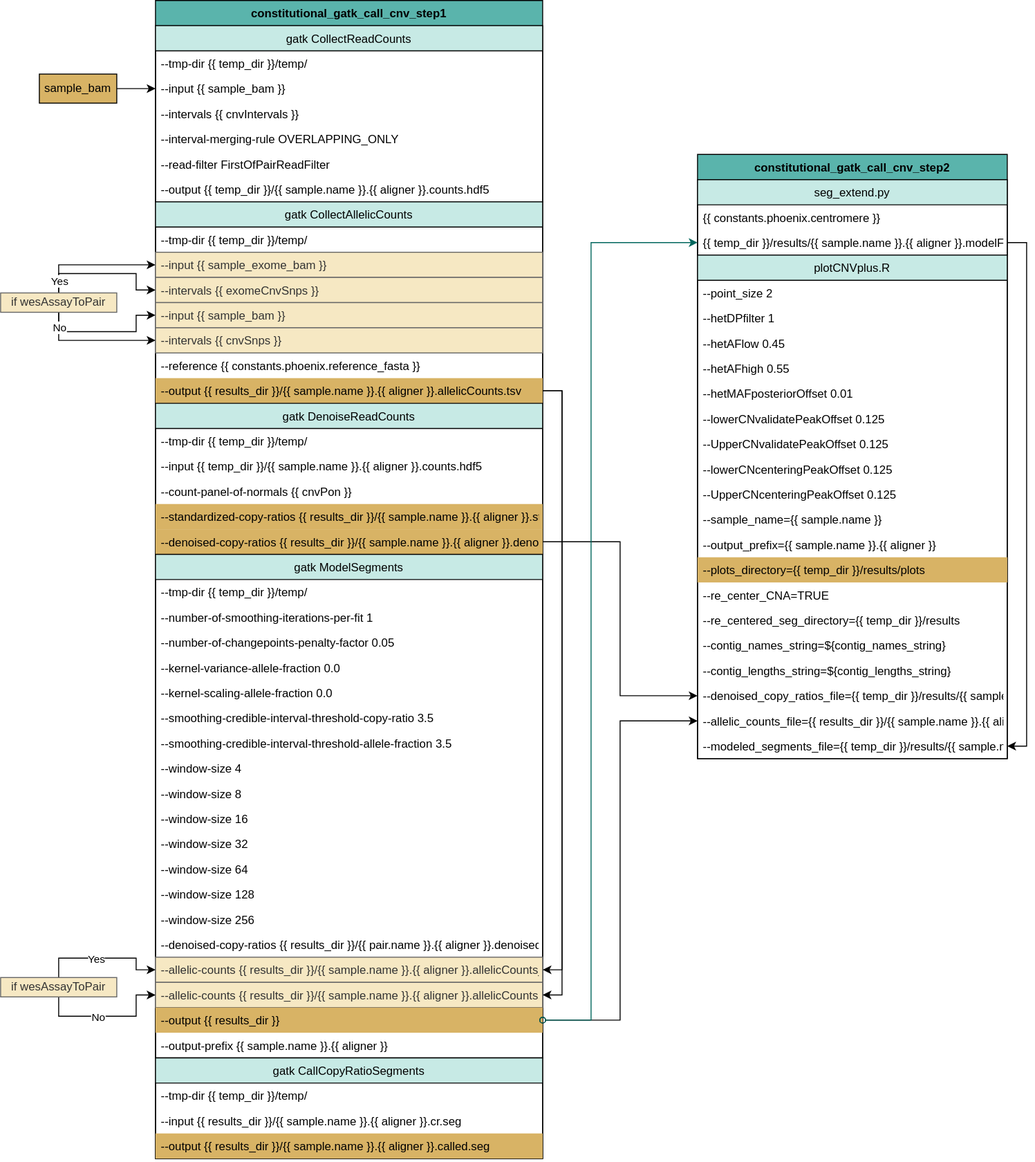
Above: docs/source/phoenix/workflows/constitutional/Constitutional_gatk_cnv.svg in bryce-turner/tgen-jetstream-docs (draw.io), before the change. Source tidied: cells renumbered, new cells last; positions are measured from the earlier drawing's top-left corner, leaving out a move shared by most shapes.
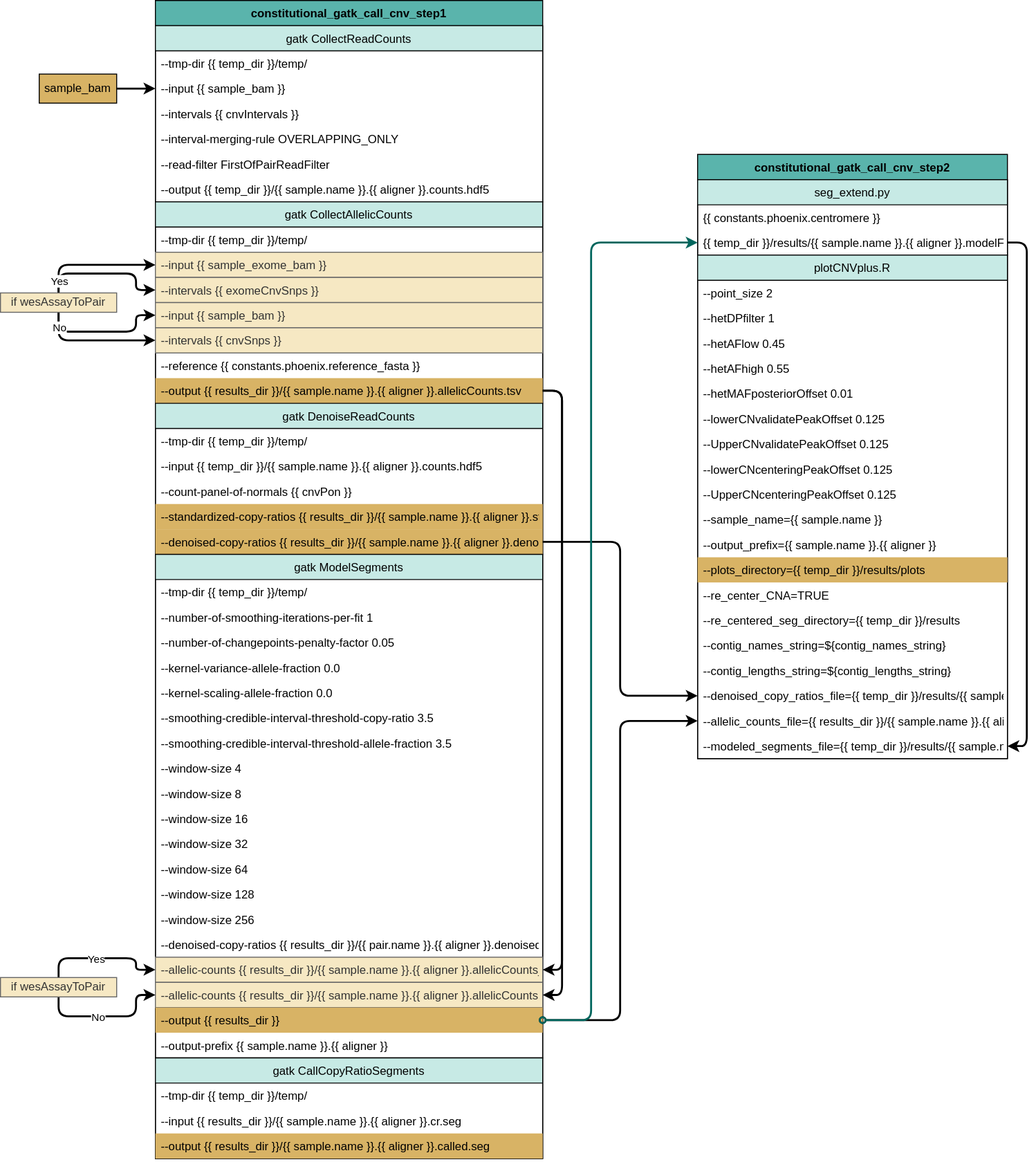
The same file after the commit.

Diff of the diagram source:
```diff
@@ -2,38 +2,38 @@
   <root>
     <mxCell id="0" />
     <mxCell id="1" parent="0" />
-    <mxCell id="2" style="edgeStyle=orthogonalEdgeStyle;rounded=0;jettySize=auto;html=1;exitX=1;exitY=0.5;exitDx=0;exitDy=0;entryX=0;entryY=0.5;entryDx=0;entryDy=0;endArrow=classic;endFill=1;" parent="1" edge="1" source="3" target="39">
+    <mxCell id="2" style="edgeStyle=orthogonalEdgeStyle;rounded=1;jettySize=auto;html=1;exitX=1;exitY=0.5;exitDx=0;exitDy=0;entryX=0;entryY=0.5;entryDx=0;entryDy=0;endArrow=classic;endFill=1;strokeWidth=2;" parent="1" edge="1" source="3" target="39">
       <mxGeometry relative="1" as="geometry" />
     </mxCell>
     <mxCell id="3" value="sample_bam" style="whiteSpace=wrap;html=1;fillColor=#d8b365;" parent="1" vertex="1">
       <mxGeometry x="40" y="76" width="80" height="30" as="geometry" />
     </mxCell>
-    <mxCell id="4" style="edgeStyle=orthogonalEdgeStyle;rounded=0;jettySize=auto;html=1;exitX=1;exitY=0.5;exitDx=0;exitDy=0;entryX=0;entryY=0.5;entryDx=0;entryDy=0;fontColor=#000000;" parent="1" edge="1" source="x">
+    <mxCell id="4" style="edgeStyle=orthogonalEdgeStyle;rounded=0;orthogonalLoop=1;jettySize=auto;html=1;exitX=1;exitY=0.5;exitDx=0;exitDy=0;entryX=0;entryY=0.5;entryDx=0;entryDy=0;fontColor=#000000;" parent="1" edge="1">
       <mxGeometry relative="1" as="geometry">
         <mxPoint x="160" y="676" as="targetPoint" />
       </mxGeometry>
     </mxCell>
-    <mxCell id="5" style="edgeStyle=orthogonalEdgeStyle;rounded=0;jettySize=auto;html=1;exitX=1;exitY=0.5;exitDx=0;exitDy=0;entryX=0;entryY=0.5;entryDx=0;entryDy=0;" parent="1" edge="1" source="x">
+    <mxCell id="5" style="edgeStyle=orthogonalEdgeStyle;rounded=0;orthogonalLoop=1;jettySize=auto;html=1;exitX=1;exitY=0.5;exitDx=0;exitDy=0;entryX=0;entryY=0.5;entryDx=0;entryDy=0;" parent="1" edge="1">
       <mxGeometry relative="1" as="geometry">
         <mxPoint x="160" y="338" as="targetPoint" />
       </mxGeometry>
     </mxCell>
-    <mxCell id="6" style="edgeStyle=orthogonalEdgeStyle;rounded=0;jettySize=auto;html=1;exitX=1;exitY=0.5;exitDx=0;exitDy=0;entryX=0;entryY=0.5;entryDx=0;entryDy=0;" parent="1" edge="1" source="x">
+    <mxCell id="6" style="edgeStyle=orthogonalEdgeStyle;rounded=0;orthogonalLoop=1;jettySize=auto;html=1;exitX=1;exitY=0.5;exitDx=0;exitDy=0;entryX=0;entryY=0.5;entryDx=0;entryDy=0;" parent="1" edge="1">
       <mxGeometry relative="1" as="geometry">
         <mxPoint x="160" y="312" as="targetPoint" />
       </mxGeometry>
     </mxCell>
-    <mxCell id="7" style="edgeStyle=orthogonalEdgeStyle;rounded=0;jettySize=auto;html=1;exitX=1;exitY=0.5;exitDx=0;exitDy=0;entryX=0;entryY=0.5;entryDx=0;entryDy=0;" parent="1" edge="1" source="x">
+    <mxCell id="7" style="edgeStyle=orthogonalEdgeStyle;rounded=0;orthogonalLoop=1;jettySize=auto;html=1;exitX=1;exitY=0.5;exitDx=0;exitDy=0;entryX=0;entryY=0.5;entryDx=0;entryDy=0;" parent="1" edge="1">
       <mxGeometry relative="1" as="geometry">
         <mxPoint x="160" y="364" as="targetPoint" />
       </mxGeometry>
     </mxCell>
-    <mxCell id="8" style="edgeStyle=orthogonalEdgeStyle;rounded=0;jettySize=auto;html=1;exitX=1;exitY=0.5;exitDx=0;exitDy=0;entryX=0;entryY=0.5;entryDx=0;entryDy=0;" parent="1" edge="1" source="x">
+    <mxCell id="8" style="edgeStyle=orthogonalEdgeStyle;rounded=0;orthogonalLoop=1;jettySize=auto;html=1;exitX=1;exitY=0.5;exitDx=0;exitDy=0;entryX=0;entryY=0.5;entryDx=0;entryDy=0;" parent="1" edge="1">
       <mxGeometry relative="1" as="geometry">
         <mxPoint x="160" y="390" as="targetPoint" />
       </mxGeometry>
     </mxCell>
-    <mxCell id="9" style="edgeStyle=orthogonalEdgeStyle;rounded=0;jettySize=auto;html=1;exitX=1;exitY=0.5;exitDx=0;exitDy=0;entryX=0;entryY=0.5;entryDx=0;entryDy=0;" parent="1" edge="1" source="x">
+    <mxCell id="9" style="edgeStyle=orthogonalEdgeStyle;rounded=0;orthogonalLoop=1;jettySize=auto;html=1;exitX=1;exitY=0.5;exitDx=0;exitDy=0;entryX=0;entryY=0.5;entryDx=0;entryDy=0;" parent="1" edge="1">
       <mxGeometry relative="1" as="geometry">
         <mxPoint x="160" y="416" as="targetPoint" />
       </mxGeometry>
@@ -110,10 +110,10 @@
     <mxCell id="33" value="--modeled_segments_file={{ temp_dir }}/results/{{ sample.name }}.{{ aligner }}.modelFinal.genderCorrected.seg" style="text;strokeColor=none;fillColor=none;align=left;verticalAlign=top;spacingLeft=4;spacingRight=4;overflow=hidden;points=[[0,0.5],[1,0.5]];portConstraint=eastwest;fontColor=#000000;perimeterSpacing=0;strokeWidth=1;" parent="14" vertex="1">
       <mxGeometry y="494" width="320" height="26" as="geometry" />
     </mxCell>
-    <mxCell id="34" style="edgeStyle=orthogonalEdgeStyle;rounded=0;jettySize=auto;html=1;exitX=1;exitY=0.5;exitDx=0;exitDy=0;entryX=1;entryY=0.5;entryDx=0;entryDy=0;startArrow=none;startFill=0;endArrow=classic;endFill=1;" parent="10" edge="1" source="13" target="33">
+    <mxCell id="34" style="edgeStyle=orthogonalEdgeStyle;rounded=1;jettySize=auto;html=1;exitX=1;exitY=0.5;exitDx=0;exitDy=0;entryX=1;entryY=0.5;entryDx=0;entryDy=0;startArrow=none;startFill=0;endArrow=classic;endFill=1;strokeWidth=2;" parent="10" edge="1" source="13" target="33">
       <mxGeometry relative="1" as="geometry" />
     </mxCell>
-    <mxCell id="35" style="edgeStyle=orthogonalEdgeStyle;rounded=0;jettySize=auto;html=1;exitX=1;exitY=0.5;exitDx=0;exitDy=0;entryX=0;entryY=0.5;entryDx=0;entryDy=0;fontColor=#000000;" parent="1" edge="1" source="x">
+    <mxCell id="35" style="edgeStyle=orthogonalEdgeStyle;rounded=0;orthogonalLoop=1;jettySize=auto;html=1;exitX=1;exitY=0.5;exitDx=0;exitDy=0;entryX=0;entryY=0.5;entryDx=0;entryDy=0;fontColor=#000000;" parent="1" edge="1">
       <mxGeometry relative="1" as="geometry">
         <mxPoint x="160" y="130" as="targetPoint" />
       </mxGeometry>
@@ -261,25 +261,25 @@
         <mxPoint y="767" as="targetPoint" />
       </mxGeometry>
     </mxCell>
-    <mxCell id="83" style="edgeStyle=orthogonalEdgeStyle;rounded=0;jettySize=auto;html=1;exitX=1;exitY=0.5;exitDx=0;exitDy=0;entryX=1;entryY=0.5;entryDx=0;entryDy=0;endArrow=classic;endFill=1;" parent="36" edge="1" source="51" target="74">
+    <mxCell id="83" style="edgeStyle=orthogonalEdgeStyle;rounded=1;jettySize=auto;html=1;exitX=1;exitY=0.5;exitDx=0;exitDy=0;entryX=1;entryY=0.5;entryDx=0;entryDy=0;endArrow=classic;endFill=1;strokeWidth=2;" parent="36" edge="1" source="51" target="74">
       <mxGeometry relative="1" as="geometry" />
     </mxCell>
-    <mxCell id="84" style="edgeStyle=orthogonalEdgeStyle;rounded=0;jettySize=auto;html=1;exitX=1;exitY=0.5;exitDx=0;exitDy=0;entryX=1;entryY=0.5;entryDx=0;entryDy=0;endArrow=classic;endFill=1;" parent="36" edge="1" source="51" target="75">
+    <mxCell id="84" style="edgeStyle=orthogonalEdgeStyle;rounded=1;jettySize=auto;html=1;exitX=1;exitY=0.5;exitDx=0;exitDy=0;entryX=1;entryY=0.5;entryDx=0;entryDy=0;endArrow=classic;endFill=1;strokeWidth=2;" parent="36" edge="1" source="51" target="75">
       <mxGeometry relative="1" as="geometry" />
     </mxCell>
-    <mxCell id="85" style="edgeStyle=orthogonalEdgeStyle;rounded=0;jettySize=auto;html=1;exitX=0.5;exitY=0;exitDx=0;exitDy=0;entryX=0;entryY=0.5;entryDx=0;entryDy=0;endArrow=classic;endFill=1;" parent="1" edge="1" source="91" target="46">
+    <mxCell id="85" style="edgeStyle=orthogonalEdgeStyle;rounded=1;jettySize=auto;html=1;exitX=0.5;exitY=0;exitDx=0;exitDy=0;entryX=0;entryY=0.5;entryDx=0;entryDy=0;endArrow=classic;endFill=1;strokeWidth=2;" parent="1" edge="1" source="91" target="46">
       <mxGeometry relative="1" as="geometry" />
     </mxCell>
-    <mxCell id="86" style="edgeStyle=orthogonalEdgeStyle;rounded=0;jettySize=auto;html=1;exitX=0.5;exitY=0;exitDx=0;exitDy=0;entryX=0;entryY=0.5;entryDx=0;entryDy=0;endArrow=classic;endFill=1;" parent="1" edge="1" source="91" target="47">
+    <mxCell id="86" style="edgeStyle=orthogonalEdgeStyle;rounded=1;jettySize=auto;html=1;exitX=0.5;exitY=0;exitDx=0;exitDy=0;entryX=0;entryY=0.5;entryDx=0;entryDy=0;endArrow=classic;endFill=1;strokeWidth=2;" parent="1" edge="1" source="91" target="47">
       <mxGeometry relative="1" as="geometry" />
     </mxCell>
     <mxCell id="87" value="Yes" style="edgeLabel;html=1;align=center;verticalAlign=middle;" parent="86" vertex="1">
       <mxGeometry x="-0.81" relative="1" as="geometry" />
     </mxCell>
-    <mxCell id="88" style="edgeStyle=orthogonalEdgeStyle;rounded=0;jettySize=auto;html=1;exitX=0.5;exitY=1;exitDx=0;exitDy=0;entryX=0;entryY=0.5;entryDx=0;entryDy=0;endArrow=classic;endFill=1;" parent="1" edge="1" source="91" target="48">
+    <mxCell id="88" style="edgeStyle=orthogonalEdgeStyle;rounded=1;jettySize=auto;html=1;exitX=0.5;exitY=1;exitDx=0;exitDy=0;entryX=0;entryY=0.5;entryDx=0;entryDy=0;endArrow=classic;endFill=1;strokeWidth=2;" parent="1" edge="1" source="91" target="48">
       <mxGeometry relative="1" as="geometry" />
     </mxCell>
-    <mxCell id="89" style="edgeStyle=orthogonalEdgeStyle;rounded=0;jettySize=auto;html=1;exitX=0.5;exitY=1;exitDx=0;exitDy=0;entryX=0;entryY=0.5;entryDx=0;entryDy=0;endArrow=classic;endFill=1;" parent="1" edge="1" source="91" target="49">
+    <mxCell id="89" style="edgeStyle=orthogonalEdgeStyle;rounded=1;jettySize=auto;html=1;exitX=0.5;exitY=1;exitDx=0;exitDy=0;entryX=0;entryY=0.5;entryDx=0;entryDy=0;endArrow=classic;endFill=1;strokeWidth=2;" parent="1" edge="1" source="91" target="49">
       <mxGeometry relative="1" as="geometry" />
     </mxCell>
     <mxCell id="90" value="No" style="edgeLabel;html=1;align=center;verticalAlign=middle;" parent="89" vertex="1">
@@ -288,13 +288,13 @@
     <mxCell id="91" value="if&amp;nbsp;wesAssayToPair" style="whiteSpace=wrap;html=1;fillColor=#f6e8c3;strokeColor=#666666;fontColor=#333333;" parent="1" vertex="1">
       <mxGeometry y="302" width="120" height="20" as="geometry" />
     </mxCell>
-    <mxCell id="92" style="edgeStyle=orthogonalEdgeStyle;rounded=0;jettySize=auto;html=1;exitX=0.5;exitY=0;exitDx=0;exitDy=0;entryX=0;entryY=0.5;entryDx=0;entryDy=0;endArrow=classic;endFill=1;" parent="1" edge="1" source="96" target="74">
+    <mxCell id="92" style="edgeStyle=orthogonalEdgeStyle;rounded=1;jettySize=auto;html=1;exitX=0.5;exitY=0;exitDx=0;exitDy=0;entryX=0;entryY=0.5;entryDx=0;entryDy=0;endArrow=classic;endFill=1;strokeWidth=2;" parent="1" edge="1" source="96" target="74">
       <mxGeometry relative="1" as="geometry" />
     </mxCell>
     <mxCell id="93" value="Yes" style="edgeLabel;html=1;align=center;verticalAlign=middle;" parent="92" vertex="1">
       <mxGeometry x="-0.12" relative="1" as="geometry" />
     </mxCell>
-    <mxCell id="94" style="edgeStyle=orthogonalEdgeStyle;rounded=0;jettySize=auto;html=1;exitX=0.5;exitY=1;exitDx=0;exitDy=0;entryX=0;entryY=0.5;entryDx=0;entryDy=0;endArrow=classic;endFill=1;" parent="1" edge="1" source="96" target="75">
+    <mxCell id="94" style="edgeStyle=orthogonalEdgeStyle;rounded=1;jettySize=auto;html=1;exitX=0.5;exitY=1;exitDx=0;exitDy=0;entryX=0;entryY=0.5;entryDx=0;entryDy=0;endArrow=classic;endFill=1;strokeWidth=2;" parent="1" edge="1" source="96" target="75">
       <mxGeometry relative="1" as="geometry" />
     </mxCell>
     <mxCell id="95" value="No" style="edgeLabel;html=1;align=center;verticalAlign=middle;" parent="94" vertex="1">
@@ -303,13 +303,13 @@
     <mxCell id="96" value="if&amp;nbsp;wesAssayToPair" style="whiteSpace=wrap;html=1;fillColor=#f6e8c3;strokeColor=#666666;fontColor=#333333;" parent="1" vertex="1">
       <mxGeometry y="1009" width="120" height="20" as="geometry" />
     </mxCell>
-    <mxCell id="97" style="edgeStyle=orthogonalEdgeStyle;rounded=0;jettySize=auto;html=1;exitX=1;exitY=0.5;exitDx=0;exitDy=0;entryX=0;entryY=0.5;entryDx=0;entryDy=0;endArrow=classic;endFill=1;" parent="1" edge="1" source="57" target="31">
+    <mxCell id="97" style="edgeStyle=orthogonalEdgeStyle;rounded=1;jettySize=auto;html=1;exitX=1;exitY=0.5;exitDx=0;exitDy=0;entryX=0;entryY=0.5;entryDx=0;entryDy=0;endArrow=classic;endFill=1;strokeWidth=2;" parent="1" edge="1" source="57" target="31">
       <mxGeometry relative="1" as="geometry" />
     </mxCell>
-    <mxCell id="98" style="edgeStyle=orthogonalEdgeStyle;rounded=0;jettySize=auto;html=1;exitX=1;exitY=0.5;exitDx=0;exitDy=0;entryX=0;entryY=0.5;entryDx=0;entryDy=0;endArrow=classic;endFill=1;startArrow=oval;startFill=0;" parent="1" edge="1" source="76" target="32">
+    <mxCell id="98" style="edgeStyle=orthogonalEdgeStyle;rounded=1;jettySize=auto;html=1;exitX=1;exitY=0.5;exitDx=0;exitDy=0;entryX=0;entryY=0.5;entryDx=0;entryDy=0;endArrow=classic;endFill=1;startArrow=oval;startFill=0;strokeWidth=2;" parent="1" edge="1" source="76" target="32">
       <mxGeometry relative="1" as="geometry" />
     </mxCell>
-    <mxCell id="99" style="edgeStyle=orthogonalEdgeStyle;rounded=0;jettySize=auto;html=1;exitX=1;exitY=0.5;exitDx=0;exitDy=0;entryX=0;entryY=0.5;entryDx=0;entryDy=0;endArrow=classic;endFill=1;startArrow=oval;startFill=0;strokeColor=#00665d;" parent="1" edge="1" source="76" target="13">
+    <mxCell id="99" style="edgeStyle=orthogonalEdgeStyle;rounded=1;jettySize=auto;html=1;exitX=1;exitY=0.5;exitDx=0;exitDy=0;entryX=0;entryY=0.5;entryDx=0;entryDy=0;endArrow=classic;endFill=1;startArrow=oval;startFill=0;strokeColor=#00665d;strokeWidth=2;" parent="1" edge="1" source="76" target="13">
       <mxGeometry relative="1" as="geometry">
         <Array as="points">
           <mxPoint x="610" y="1053" />
```
